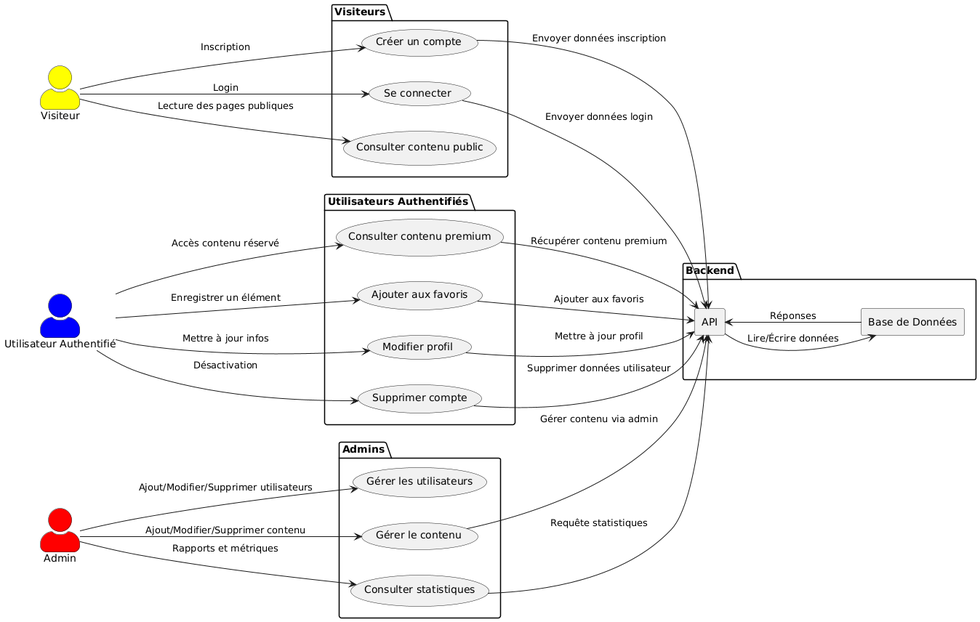
Earlier version of the PlantUML export img pour le dossier/cas_utilisation.png (Mounirou19/projetM2).
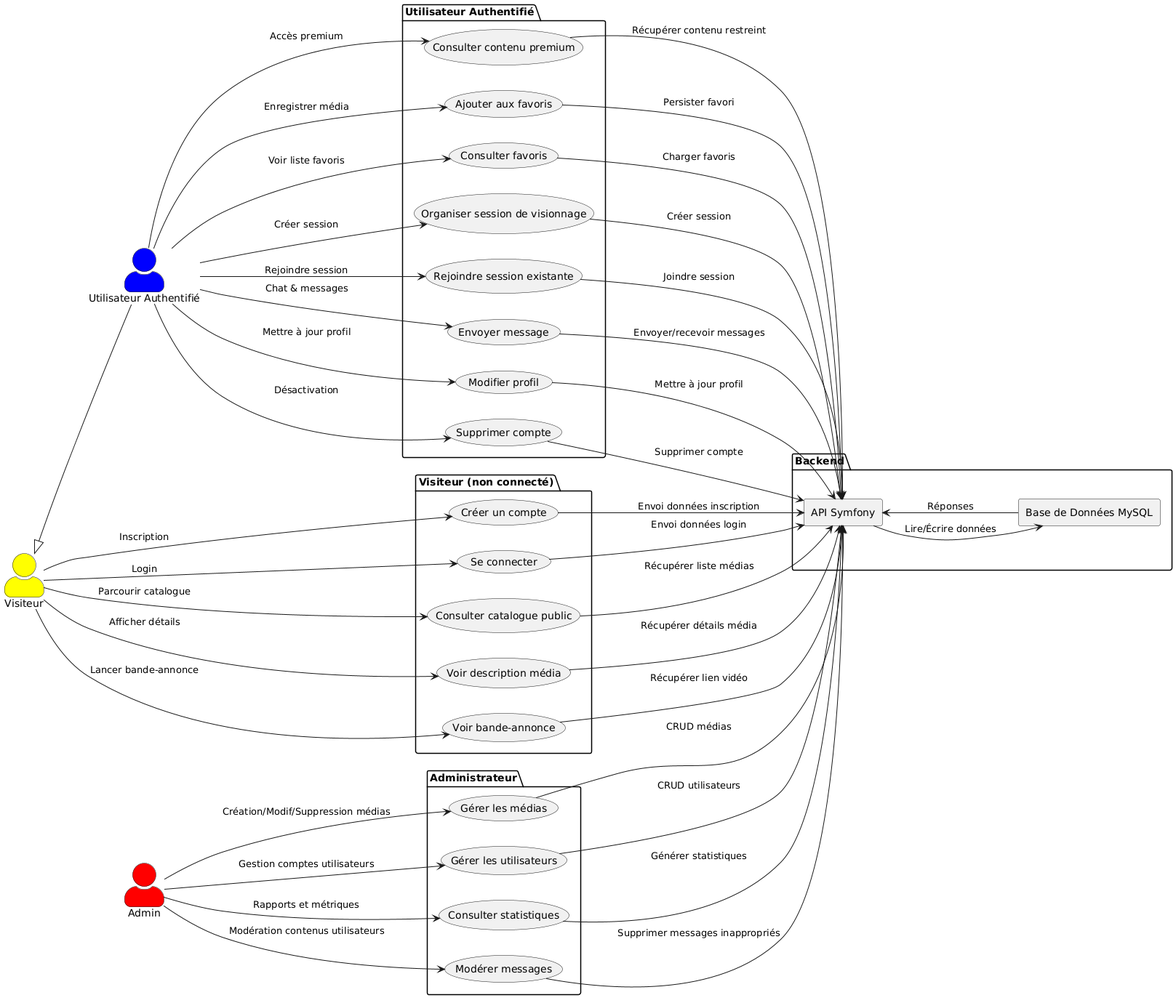
After the change.

Commit message:
upd img

The edit, as a diff of the source:
```diff
@@ -7,51 +7,76 @@
 actor "Admin" as Admin #red
 
 package "Backend" {
-    rectangle "API" as BackendAPI
-    rectangle "Base de Données" as Database
+    rectangle "API Symfony" as BackendAPI
+    rectangle "Base de Données MySQL" as Database
 }
 
-package "Visiteurs" {
+package "Visiteur (non connecté)" {
     usecase "Créer un compte" as UC1
     usecase "Se connecter" as UC2
-    usecase "Consulter contenu public" as UC3
+    usecase "Consulter catalogue public" as UC3
+    usecase "Voir description média" as UC10
+    usecase "Voir bande-annonce" as UC11
 }
 
-package "Utilisateurs Authentifiés" {
+package "Utilisateur Authentifié" {
     usecase "Consulter contenu premium" as UC4
     usecase "Ajouter aux favoris" as UC5
+    usecase "Consulter favoris" as UC12
+    usecase "Organiser session de visionnage" as UC13
+    usecase "Rejoindre session existante" as UC14
+    usecase "Envoyer message" as UC15
     usecase "Modifier profil" as UC6
     usecase "Supprimer compte" as UC7
 }
 
-package "Admins" {
-    usecase "Gérer les utilisateurs" as UC10
-    usecase "Gérer le contenu" as UC8
+package "Administrateur" {
+    usecase "Gérer les médias" as UC8
+    usecase "Gérer les utilisateurs" as UC16
     usecase "Consulter statistiques" as UC9
+    usecase "Modérer messages" as UC17
 }
 
-Visitor --> UC1 : "Inscription"
-Visitor --> UC2 : "Login"
-Visitor --> UC3 : "Lecture des pages publiques"
+Visitor --> UC1 : Inscription
+Visitor --> UC2 : Login
+Visitor --> UC3 : Parcourir catalogue
+Visitor --> UC10 : Afficher détails
+Visitor --> UC11 : Lancer bande-annonce
 
-AuthUser --> UC4 : "Accès contenu réservé"
-AuthUser --> UC5 : "Enregistrer un élément"
-AuthUser --> UC6 : "Mettre à jour infos"
-AuthUser --> UC7 : "Désactivation"
+Visitor <|-- AuthUser
 
-Admin --> UC8 : "Ajout/Modifier/Supprimer contenu"
-Admin --> UC9 : "Rapports et métriques"
-Admin --> UC10 : "Ajout/Modifier/Supprimer utilisateurs"
+AuthUser --> UC4 : Accès premium
+AuthUser --> UC5 : Enregistrer média
+AuthUser --> UC12 : Voir liste favoris
+AuthUser --> UC13 : Créer session
+AuthUser --> UC14 : Rejoindre session
+AuthUser --> UC15 : Chat & messages
+AuthUser --> UC6 : Mettre à jour profil
+AuthUser --> UC7 : Désactivation
 
-UC1 --> BackendAPI : "Envoyer données inscription"
-UC2 --> BackendAPI : "Envoyer données login"
-UC4 --> BackendAPI : "Récupérer contenu premium"
-UC5 --> BackendAPI : "Ajouter aux favoris"
-UC6 --> BackendAPI : "Mettre à jour profil"
-UC7 --> BackendAPI : "Supprimer données utilisateur"
-UC8 --> BackendAPI : "Gérer contenu via admin"
-UC9 --> BackendAPI : "Requête statistiques"
+Admin --> UC8  : Création/Modif/Suppression médias
+Admin --> UC16 : Gestion comptes utilisateurs
+Admin --> UC9  : Rapports et métriques
+Admin --> UC17 : Modération contenus utilisateurs
 
-BackendAPI --> Database : "Lire/Écrire données"
-Database --> BackendAPI : "Réponses"
+UC1  --> BackendAPI : Envoi données inscription
+UC2  --> BackendAPI : Envoi données login
+UC3  --> BackendAPI : Récupérer liste médias
+UC10 --> BackendAPI : Récupérer détails média
+UC11 --> BackendAPI : Récupérer lien vidéo
+UC4  --> BackendAPI : Récupérer contenu restreint
+UC5  --> BackendAPI : Persister favori
+UC12 --> BackendAPI : Charger favoris
+UC13 --> BackendAPI : Créer session
+UC14 --> BackendAPI : Joindre session
+UC15 --> BackendAPI : Envoyer/recevoir messages
+UC6  --> BackendAPI : Mettre à jour profil
+UC7  --> BackendAPI : Supprimer compte
+UC8  --> BackendAPI : CRUD médias
+UC16 --> BackendAPI : CRUD utilisateurs
+UC9  --> BackendAPI : Générer statistiques
+UC17 --> BackendAPI : Supprimer messages inappropriés
+
+BackendAPI --> Database : Lire/Écrire données
+Database --> BackendAPI : Réponses
 @enduml
```
